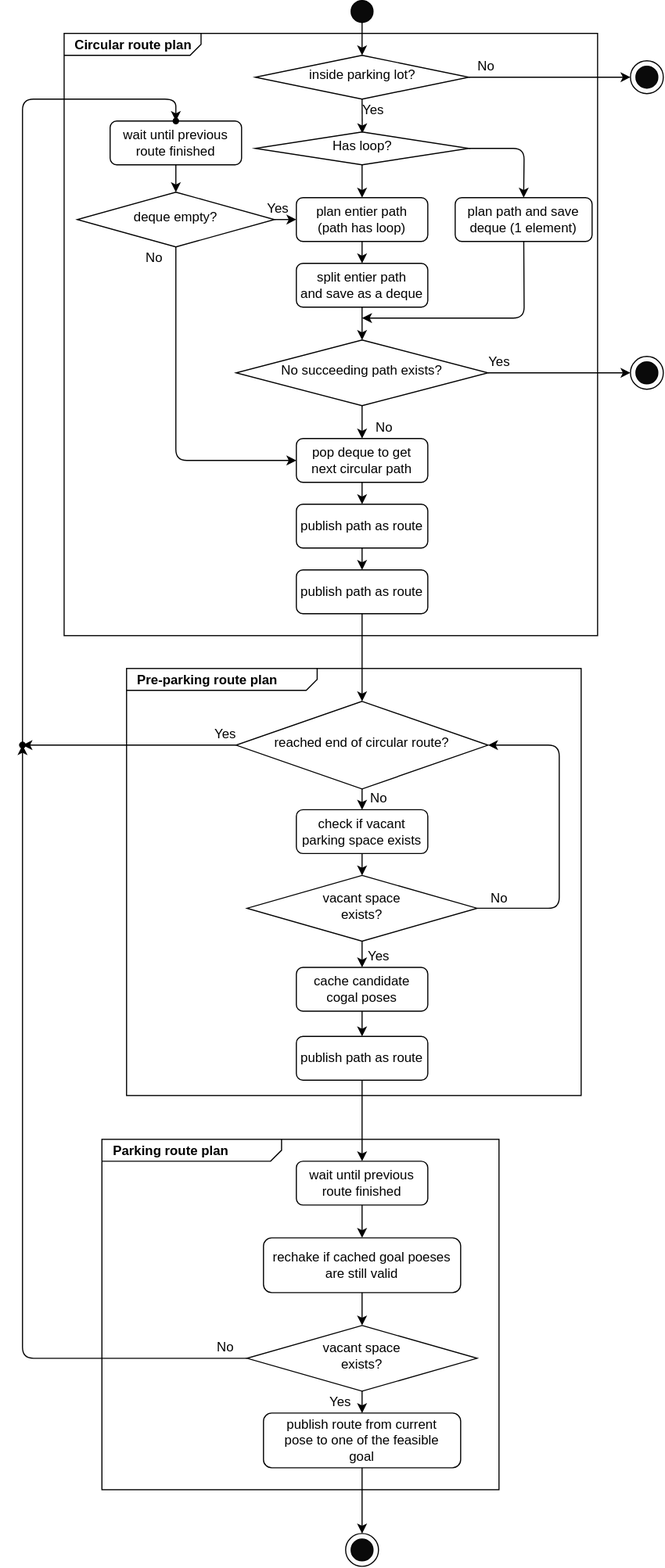
HiroIshida/autoware.universe keeps this draw.io diagram as planning/auto_parking_planner/image/phase.drawio.svg. Above is the earlier version. Source tidied: cells renumbered, new cells last; positions are measured from the earlier drawing's top-left corner, leaving out a move shared by most shapes.
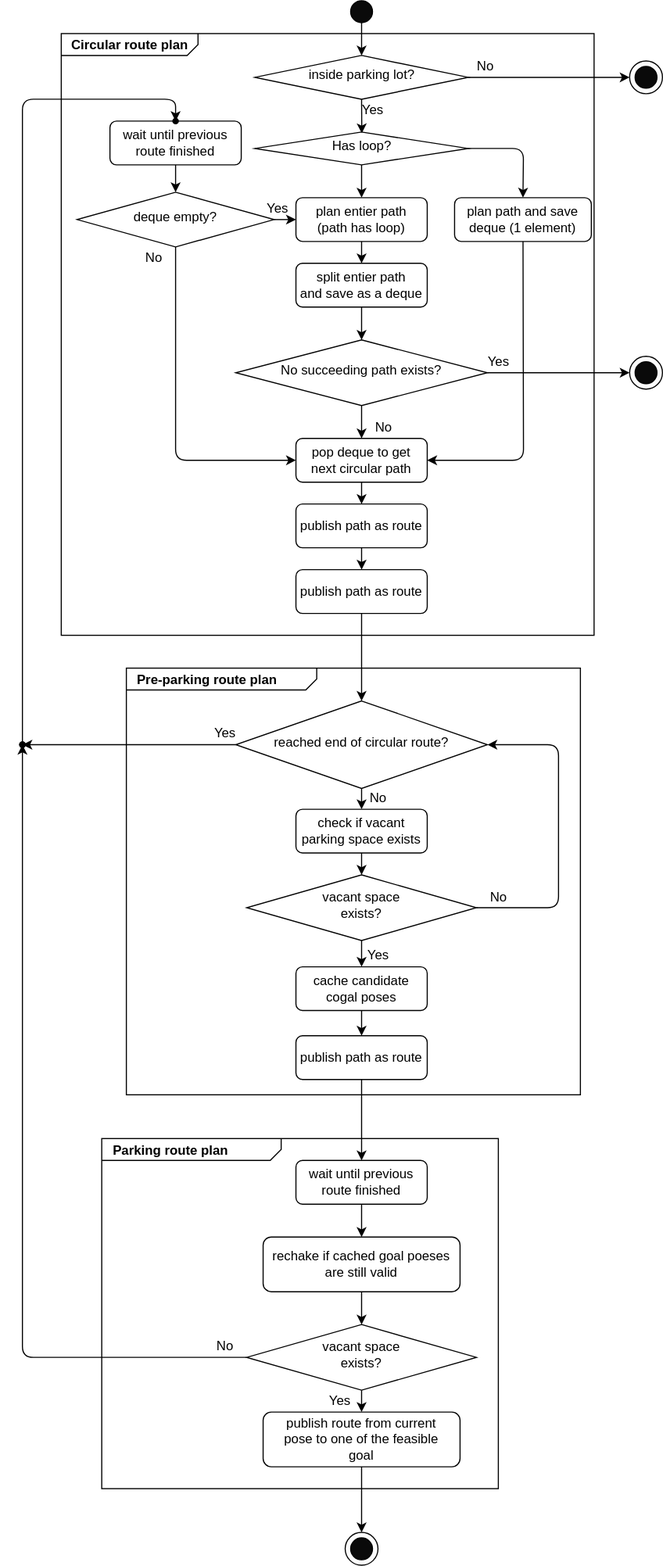
After the change.

Commit message:
[app/readme] Fix flow chart

Change to the diagram source:
```diff
@@ -224,7 +224,7 @@
       <mxGeometry x="115" y="610" width="415" height="390" as="geometry" />
     </mxCell>
     <mxCell id="69" value="&lt;p style=&quot;margin: 0px ; margin-top: 4px ; margin-left: 10px ; text-align: left&quot;&gt;&lt;b&gt;Circular route plan&lt;/b&gt;&lt;/p&gt;" style="html=1;strokeWidth=1;shape=mxgraph.sysml.package;html=1;overflow=fill;whiteSpace=wrap;fillColor=none;gradientColor=none;fontSize=12;align=center;labelX=125.8;" parent="1" vertex="1">
-      <mxGeometry x="58" y="30" width="487" height="550" as="geometry" />
+      <mxGeometry x="55.5" y="30" width="487" height="550" as="geometry" />
     </mxCell>
     <mxCell id="70" style="edgeStyle=none;html=1;" parent="1" edge="1" source="72">
       <mxGeometry relative="1" as="geometry">
@@ -241,11 +241,10 @@
     <mxCell id="72" value="Has loop?" style="rhombus;whiteSpace=wrap;html=1;shadow=0;fontFamily=Helvetica;fontSize=12;align=center;strokeWidth=1;spacing=6;spacingTop=-4;" parent="1" vertex="1">
       <mxGeometry x="232.5" y="120" width="195" height="30" as="geometry" />
     </mxCell>
-    <mxCell id="73" style="edgeStyle=none;html=1;" parent="1" edge="1" source="74">
+    <mxCell id="73" style="edgeStyle=none;html=1;entryX=1;entryY=0.5;entryDx=0;entryDy=0;" parent="1" edge="1" source="74" target="9">
       <mxGeometry relative="1" as="geometry">
-        <mxPoint x="330" y="290" as="targetPoint" />
         <Array as="points">
-          <mxPoint x="478" y="290" />
+          <mxPoint x="478" y="420" />
         </Array>
       </mxGeometry>
     </mxCell>
```
